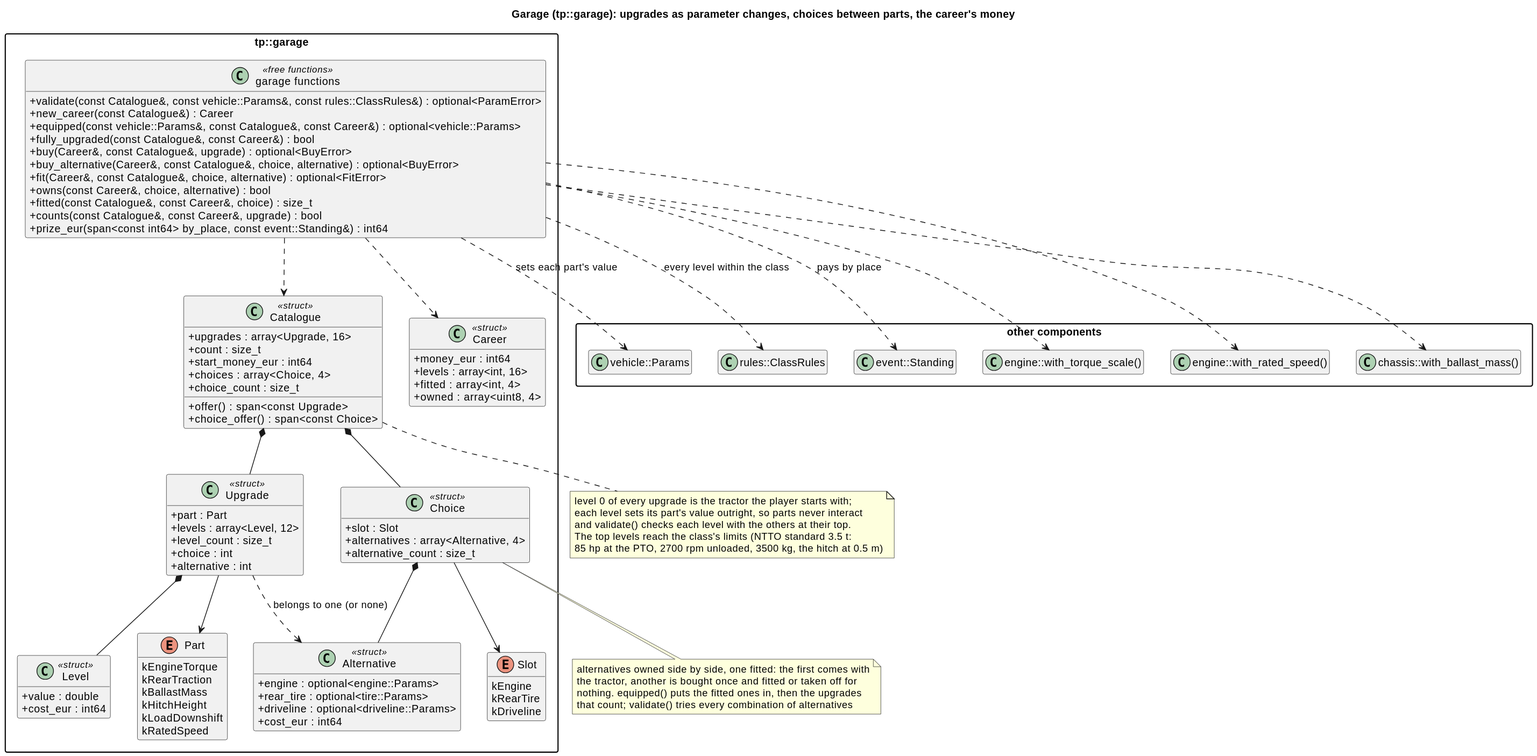
Above: docs/diagrams/svg/garage_classes.svg in wversteeg/TractorPulling (PlantUML), before the change.
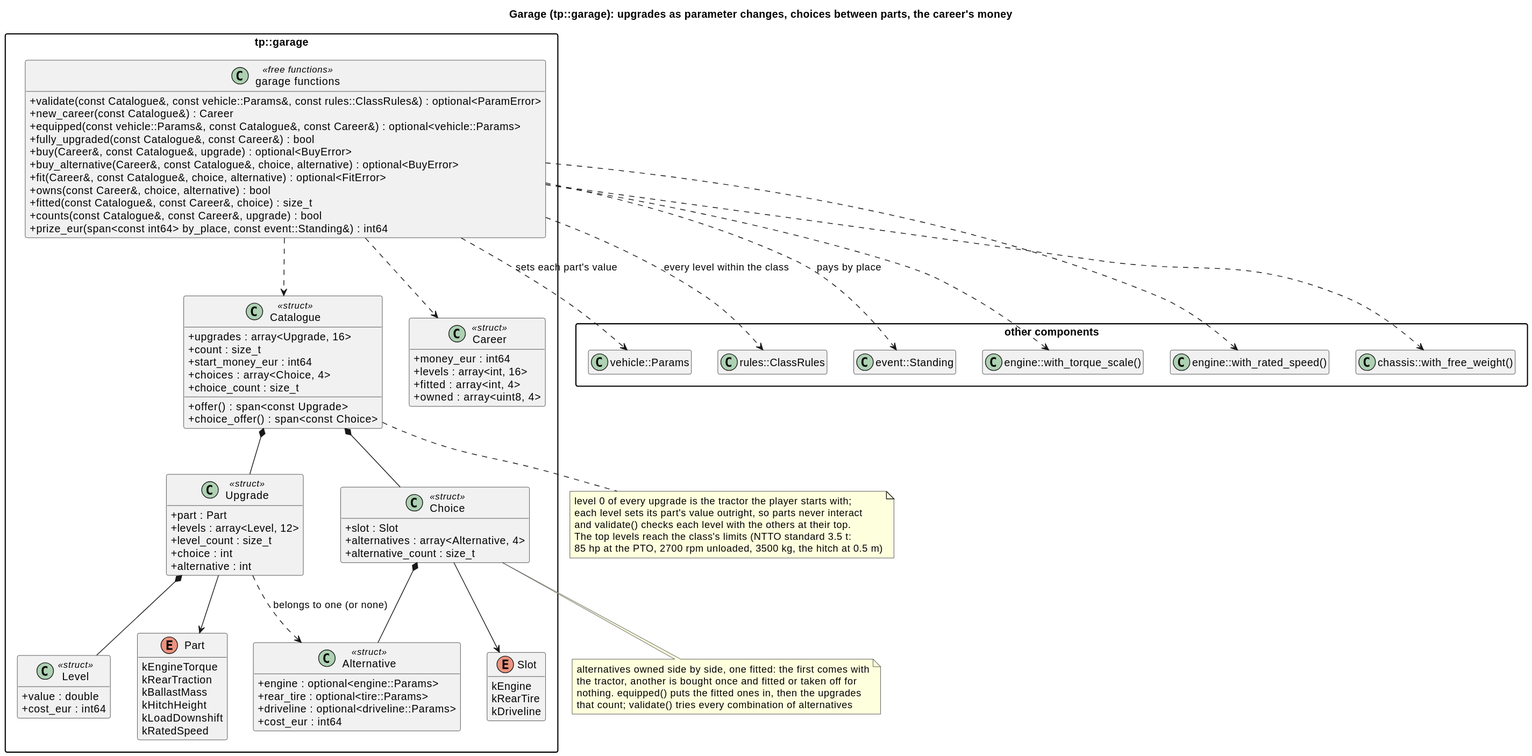
Above is the later version.

The edit, as a diff of the source:
```diff
@@ -10,7 +10,7 @@
   class "event::Standing" as EventStanding
   class "engine::with_torque_scale()" as TorqueScale
   class "engine::with_rated_speed()" as RatedSpeed
-  class "chassis::with_ballast_mass()" as BallastMass
+  class "chassis::with_free_weight()" as BallastMass
 }
 
 package "tp::garage" {
```
